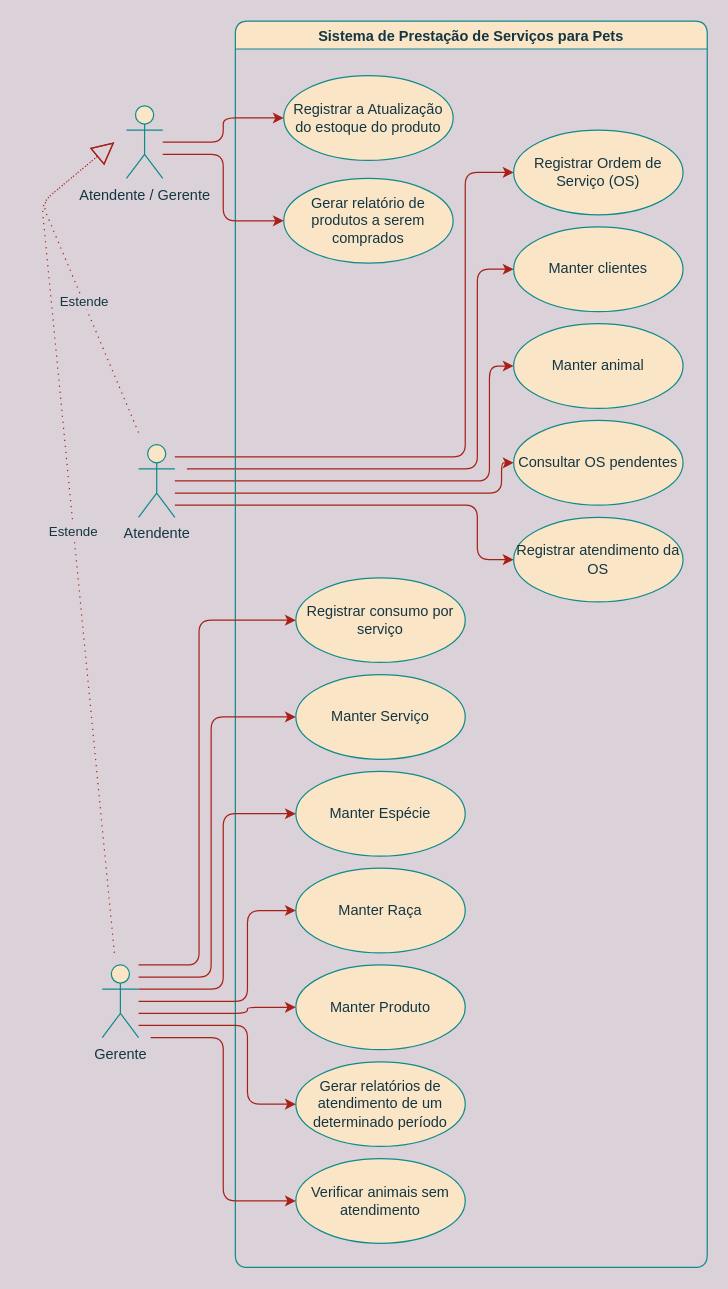
Earlier version of the draw.io diagram Diagrama sem título.drawio (henrique-souza/uml_exercises). Source tidied: cells renumbered, new cells numbered last; positions are measured from the earlier drawing's top-left corner, leaving out a move shared by most shapes. Both pictures are drawn from the tidied source at 121%, with x=0, y=0 at pixel (41, 21).
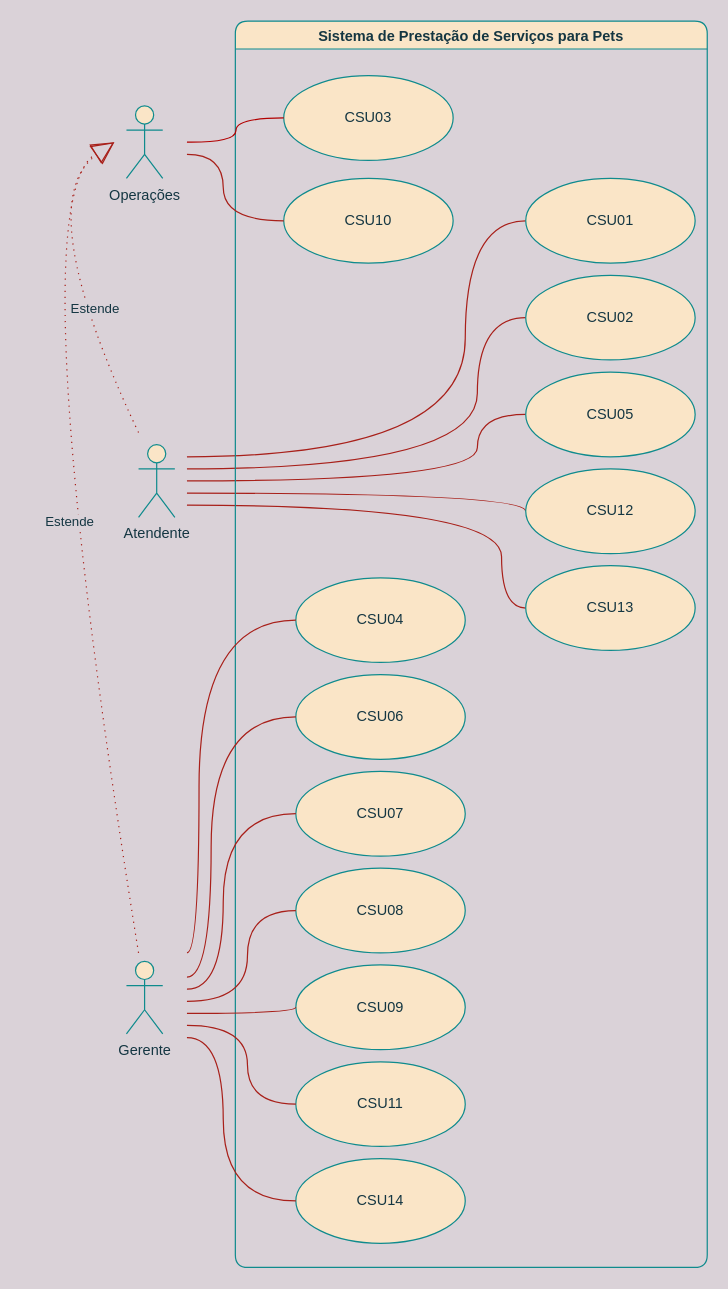
Above is the later version.

The change refers to these unchanged cells:
```xml
<mxCell id="7" value="Atendente" style="shape=umlActor;verticalLabelPosition=bottom;verticalAlign=top;html=1;outlineConnect=0;rounded=1;fillColor=#FAE5C7;strokeColor=#0F8B8D;fontColor=#143642;" parent="1" vertex="1">
  <mxGeometry x="80" y="350" width="30" height="60" as="geometry" />
</mxCell>
<mxCell id="8" value="Sistema de Prestação de Serviços para Pets" style="swimlane;rounded=1;fillColor=#FAE5C7;strokeColor=#0F8B8D;fontColor=#143642;" parent="1" vertex="1">
  <mxGeometry x="160" width="390" height="1030" as="geometry" />
</mxCell>
```

The edit, as a diff of the source:
```diff
@@
-    <mxCell id="2" style="edgeStyle=orthogonalEdgeStyle;curved=0;rounded=1;sketch=0;jettySize=auto;html=1;entryX=0;entryY=0.5;entryDx=0;entryDy=0;labelBackgroundColor=#DAD2D8;strokeColor=#A8201A;fontColor=#143642;" parent="1" edge="1" source="7" target="13">
+    <mxCell id="2" style="edgeStyle=orthogonalEdgeStyle;rounded=1;sketch=0;jettySize=auto;html=1;entryX=0;entryY=0.5;entryDx=0;entryDy=0;labelBackgroundColor=#DAD2D8;strokeColor=#A8201A;fontColor=#143642;curved=1;endArrow=none;endFill=0;" parent="1" edge="1" target="13">
       <mxGeometry relative="1" as="geometry">
+        <mxPoint x="120" y="380" as="sourcePoint" />
         <Array as="points">
-          <mxPoint x="350" y="360" />
-          <mxPoint x="350" y="125" />
+          <mxPoint x="360" y="380" />
+          <mxPoint x="360" y="325" />
         </Array>
       </mxGeometry>
     </mxCell>
-    <mxCell id="3" style="edgeStyle=orthogonalEdgeStyle;curved=0;rounded=1;sketch=0;jettySize=auto;html=1;entryX=0;entryY=0.5;entryDx=0;entryDy=0;labelBackgroundColor=#DAD2D8;strokeColor=#A8201A;fontColor=#143642;" parent="1" edge="1" target="10">
+    <mxCell id="3" style="edgeStyle=orthogonalEdgeStyle;rounded=1;sketch=0;jettySize=auto;html=1;entryX=0;entryY=0.5;entryDx=0;entryDy=0;labelBackgroundColor=#DAD2D8;strokeColor=#A8201A;fontColor=#143642;curved=1;endArrow=none;endFill=0;" parent="1" edge="1" target="10">
       <mxGeometry relative="1" as="geometry">
-        <mxPoint x="120" y="370" as="sourcePoint" />
+        <mxPoint x="120" y="360" as="sourcePoint" />
         <Array as="points">
-          <mxPoint x="360" y="370" />
-          <mxPoint x="360" y="205" />
+          <mxPoint x="350" y="360" />
+          <mxPoint x="350" y="165" />
         </Array>
       </mxGeometry>
     </mxCell>
-    <mxCell id="4" style="edgeStyle=orthogonalEdgeStyle;curved=0;rounded=1;sketch=0;jettySize=auto;html=1;entryX=0;entryY=0.5;entryDx=0;entryDy=0;labelBackgroundColor=#DAD2D8;strokeColor=#A8201A;fontColor=#143642;" parent="1" edge="1" source="7" target="11">
+    <mxCell id="4" style="edgeStyle=orthogonalEdgeStyle;rounded=1;sketch=0;jettySize=auto;html=1;entryX=0;entryY=0.5;entryDx=0;entryDy=0;labelBackgroundColor=#DAD2D8;strokeColor=#A8201A;fontColor=#143642;curved=1;endArrow=none;endFill=0;" parent="1" edge="1" target="11">
       <mxGeometry relative="1" as="geometry">
+        <mxPoint x="120" y="370" as="sourcePoint" />
         <Array as="points">
-          <mxPoint x="370" y="380" />
-          <mxPoint x="370" y="285" />
+          <mxPoint x="120" y="370" />
+          <mxPoint x="360" y="370" />
+          <mxPoint x="360" y="245" />
         </Array>
       </mxGeometry>
     </mxCell>
-    <mxCell id="5" style="edgeStyle=orthogonalEdgeStyle;rounded=1;jettySize=auto;html=1;entryX=0;entryY=0.5;entryDx=0;entryDy=0;labelBackgroundColor=#DAD2D8;strokeColor=#A8201A;fontColor=#143642;" parent="1" edge="1" source="7" target="20">
+    <mxCell id="5" style="edgeStyle=orthogonalEdgeStyle;rounded=1;jettySize=auto;html=1;entryX=0;entryY=0.5;entryDx=0;entryDy=0;labelBackgroundColor=#DAD2D8;strokeColor=#A8201A;fontColor=#143642;curved=1;endArrow=none;endFill=0;" parent="1" edge="1" target="20">
       <mxGeometry relative="1" as="geometry">
+        <mxPoint x="120" y="390" as="sourcePoint" />
         <Array as="points">
-          <mxPoint x="380" y="390" />
-          <mxPoint x="380" y="365" />
+          <mxPoint x="400" y="390" />
         </Array>
       </mxGeometry>
     </mxCell>
-    <mxCell id="6" style="edgeStyle=orthogonalEdgeStyle;rounded=1;jettySize=auto;html=1;entryX=0;entryY=0.5;entryDx=0;entryDy=0;labelBackgroundColor=#DAD2D8;strokeColor=#A8201A;fontColor=#143642;" parent="1" edge="1" source="7" target="21">
+    <mxCell id="6" style="edgeStyle=orthogonalEdgeStyle;rounded=1;jettySize=auto;html=1;entryX=0;entryY=0.5;entryDx=0;entryDy=0;labelBackgroundColor=#DAD2D8;strokeColor=#A8201A;fontColor=#143642;curved=1;endArrow=none;endFill=0;" parent="1" edge="1" target="21">
       <mxGeometry relative="1" as="geometry">
+        <mxPoint x="120" y="400" as="sourcePoint" />
         <Array as="points">
-          <mxPoint x="360" y="400" />
-          <mxPoint x="360" y="445" />
+          <mxPoint x="380" y="400" />
+          <mxPoint x="380" y="485" />
         </Array>
       </mxGeometry>
     </mxCell>
@@
-    <mxCell id="9" value="Registrar a Atualização do estoque do produto" style="ellipse;whiteSpace=wrap;html=1;rounded=1;fillColor=#FAE5C7;strokeColor=#0F8B8D;fontColor=#143642;" parent="8" vertex="1">
+    <mxCell id="9" value="CSU03" style="ellipse;whiteSpace=wrap;html=1;rounded=1;fillColor=#FAE5C7;strokeColor=#0F8B8D;fontColor=#143642;" parent="8" vertex="1">
       <mxGeometry x="40" y="45" width="140" height="70" as="geometry" />
     </mxCell>
-    <mxCell id="10" value="Manter clientes" style="ellipse;whiteSpace=wrap;html=1;rounded=1;fillColor=#FAE5C7;strokeColor=#0F8B8D;fontColor=#143642;" parent="8" vertex="1">
-      <mxGeometry x="230" y="170" width="140" height="70" as="geometry" />
+    <mxCell id="10" value="CSU01" style="ellipse;whiteSpace=wrap;html=1;rounded=1;fillColor=#FAE5C7;strokeColor=#0F8B8D;fontColor=#143642;" parent="8" vertex="1">
+      <mxGeometry x="240" y="130" width="140" height="70" as="geometry" />
     </mxCell>
-    <mxCell id="11" value="Manter animal" style="ellipse;whiteSpace=wrap;html=1;rounded=1;fillColor=#FAE5C7;strokeColor=#0F8B8D;fontColor=#143642;" parent="8" vertex="1">
-      <mxGeometry x="230" y="250" width="140" height="70" as="geometry" />
+    <mxCell id="11" value="CSU02" style="ellipse;whiteSpace=wrap;html=1;rounded=1;fillColor=#FAE5C7;strokeColor=#0F8B8D;fontColor=#143642;" parent="8" vertex="1">
+      <mxGeometry x="240" y="210" width="140" height="70" as="geometry" />
     </mxCell>
-    <mxCell id="12" value="Registrar consumo por serviço" style="ellipse;whiteSpace=wrap;html=1;rounded=1;fillColor=#FAE5C7;strokeColor=#0F8B8D;fontColor=#143642;" parent="8" vertex="1">
+    <mxCell id="12" value="CSU04" style="ellipse;whiteSpace=wrap;html=1;rounded=1;fillColor=#FAE5C7;strokeColor=#0F8B8D;fontColor=#143642;" parent="8" vertex="1">
       <mxGeometry x="50" y="460" width="140" height="70" as="geometry" />
     </mxCell>
-    <mxCell id="13" value="Registrar Ordem de Serviço (OS)" style="ellipse;whiteSpace=wrap;html=1;rounded=1;shadow=0;fillColor=#FAE5C7;strokeColor=#0F8B8D;fontColor=#143642;" parent="8" vertex="1">
-      <mxGeometry x="230" y="90" width="140" height="70" as="geometry" />
-    </mxCell>
-    <mxCell id="14" value="Gerar relatório de produtos a serem comprados" style="ellipse;whiteSpace=wrap;html=1;rounded=1;shadow=0;fillColor=#FAE5C7;strokeColor=#0F8B8D;fontColor=#143642;" parent="8" vertex="1">
+    <mxCell id="14" value="CSU10" style="ellipse;whiteSpace=wrap;html=1;rounded=1;shadow=0;fillColor=#FAE5C7;strokeColor=#0F8B8D;fontColor=#143642;" parent="8" vertex="1">
       <mxGeometry x="40" y="130" width="140" height="70" as="geometry" />
     </mxCell>
-    <mxCell id="15" value="Manter Serviço" style="ellipse;whiteSpace=wrap;html=1;rounded=1;shadow=0;fillColor=#FAE5C7;strokeColor=#0F8B8D;fontColor=#143642;" parent="8" vertex="1">
+    <mxCell id="15" value="CSU06" style="ellipse;whiteSpace=wrap;html=1;rounded=1;shadow=0;fillColor=#FAE5C7;strokeColor=#0F8B8D;fontColor=#143642;" parent="8" vertex="1">
       <mxGeometry x="50" y="540" width="140" height="70" as="geometry" />
     </mxCell>
-    <mxCell id="16" value="Manter Espécie" style="ellipse;whiteSpace=wrap;html=1;rounded=1;shadow=0;fillColor=#FAE5C7;strokeColor=#0F8B8D;fontColor=#143642;" parent="8" vertex="1">
+    <mxCell id="16" value="CSU07" style="ellipse;whiteSpace=wrap;html=1;rounded=1;shadow=0;fillColor=#FAE5C7;strokeColor=#0F8B8D;fontColor=#143642;" parent="8" vertex="1">
       <mxGeometry x="50" y="620" width="140" height="70" as="geometry" />
     </mxCell>
-    <mxCell id="17" value="Manter Raça" style="ellipse;whiteSpace=wrap;html=1;rounded=0;sketch=0;fillColor=#FAE5C7;strokeColor=#0F8B8D;fontColor=#143642;" parent="8" vertex="1">
+    <mxCell id="17" value="CSU08" style="ellipse;whiteSpace=wrap;html=1;rounded=1;sketch=0;fillColor=#FAE5C7;strokeColor=#0F8B8D;fontColor=#143642;" parent="8" vertex="1">
       <mxGeometry x="50" y="700" width="140" height="70" as="geometry" />
     </mxCell>
-    <mxCell id="18" value="Manter Produto" style="ellipse;whiteSpace=wrap;html=1;rounded=0;sketch=0;fillColor=#FAE5C7;strokeColor=#0F8B8D;fontColor=#143642;" parent="8" vertex="1">
+    <mxCell id="18" value="CSU09" style="ellipse;whiteSpace=wrap;html=1;rounded=1;sketch=0;fillColor=#FAE5C7;strokeColor=#0F8B8D;fontColor=#143642;" parent="8" vertex="1">
       <mxGeometry x="50" y="780" width="140" height="70" as="geometry" />
     </mxCell>
-    <mxCell id="19" value="Gerar relatórios de atendimento de um determinado período" style="ellipse;whiteSpace=wrap;html=1;fillColor=#FAE5C7;strokeColor=#0F8B8D;fontColor=#143642;" parent="8" vertex="1">
+    <mxCell id="19" value="CSU11" style="ellipse;whiteSpace=wrap;html=1;fillColor=#FAE5C7;strokeColor=#0F8B8D;fontColor=#143642;rounded=1;" parent="8" vertex="1">
       <mxGeometry x="50" y="860" width="140" height="70" as="geometry" />
     </mxCell>
-    <mxCell id="20" value="Consultar OS pendentes" style="ellipse;whiteSpace=wrap;html=1;fillColor=#FAE5C7;strokeColor=#0F8B8D;fontColor=#143642;" parent="8" vertex="1">
-      <mxGeometry x="230" y="330" width="140" height="70" as="geometry" />
+    <mxCell id="20" value="CSU12" style="ellipse;whiteSpace=wrap;html=1;fillColor=#FAE5C7;strokeColor=#0F8B8D;fontColor=#143642;rounded=1;" parent="8" vertex="1">
+      <mxGeometry x="240" y="370" width="140" height="70" as="geometry" />
     </mxCell>
-    <mxCell id="21" value="&lt;div style=&quot;&quot;&gt;&lt;span style=&quot;background-color: initial;&quot;&gt;&lt;font style=&quot;font-size: 12px;&quot;&gt;Registrar atendimento da OS&lt;/font&gt;&lt;/span&gt;&lt;/div&gt;" style="ellipse;whiteSpace=wrap;html=1;align=center;fillColor=#FAE5C7;strokeColor=#0F8B8D;fontColor=#143642;" parent="8" vertex="1">
-      <mxGeometry x="230" y="410" width="140" height="70" as="geometry" />
+    <mxCell id="21" value="&lt;div style=&quot;&quot;&gt;CSU13&lt;br&gt;&lt;/div&gt;" style="ellipse;whiteSpace=wrap;html=1;align=center;fillColor=#FAE5C7;strokeColor=#0F8B8D;fontColor=#143642;rounded=1;" parent="8" vertex="1">
+      <mxGeometry x="240" y="450" width="140" height="70" as="geometry" />
     </mxCell>
-    <mxCell id="22" value="Verificar animais sem atendimento" style="ellipse;whiteSpace=wrap;html=1;fontSize=12;fillColor=#FAE5C7;strokeColor=#0F8B8D;fontColor=#143642;" parent="8" vertex="1">
+    <mxCell id="22" value="CSU14" style="ellipse;whiteSpace=wrap;html=1;fontSize=12;fillColor=#FAE5C7;strokeColor=#0F8B8D;fontColor=#143642;rounded=1;" parent="8" vertex="1">
       <mxGeometry x="50" y="940" width="140" height="70" as="geometry" />
     </mxCell>
+    <mxCell id="13" value="CSU05" style="ellipse;whiteSpace=wrap;html=1;rounded=1;shadow=0;fillColor=#FAE5C7;strokeColor=#0F8B8D;fontColor=#143642;" parent="8" vertex="1">
+      <mxGeometry x="240" y="290" width="140" height="70" as="geometry" />
+    </mxCell>
-    <mxCell id="23" style="edgeStyle=orthogonalEdgeStyle;curved=0;rounded=1;sketch=0;jettySize=auto;html=1;entryX=0;entryY=0.5;entryDx=0;entryDy=0;labelBackgroundColor=#DAD2D8;strokeColor=#A8201A;fontColor=#143642;" parent="1" edge="1" source="25" target="9">
-      <mxGeometry relative="1" as="geometry" />
+    <mxCell id="23" style="edgeStyle=orthogonalEdgeStyle;rounded=1;sketch=0;jettySize=auto;html=1;entryX=0;entryY=0.5;entryDx=0;entryDy=0;labelBackgroundColor=#DAD2D8;strokeColor=#B20000;fontColor=#143642;curved=1;endArrow=none;endFill=0;fillColor=#e51400;" parent="1" edge="1" target="9">
+      <mxGeometry relative="1" as="geometry">
+        <mxPoint x="120" y="100" as="sourcePoint" />
+      </mxGeometry>
     </mxCell>
-    <mxCell id="24" style="edgeStyle=orthogonalEdgeStyle;curved=0;rounded=1;sketch=0;jettySize=auto;html=1;entryX=0;entryY=0.5;entryDx=0;entryDy=0;labelBackgroundColor=#DAD2D8;strokeColor=#A8201A;fontColor=#143642;" parent="1" edge="1" target="14">
+    <mxCell id="24" style="edgeStyle=orthogonalEdgeStyle;rounded=1;sketch=0;jettySize=auto;html=1;entryX=0;entryY=0.5;entryDx=0;entryDy=0;labelBackgroundColor=#DAD2D8;strokeColor=#A8201A;fontColor=#143642;curved=1;endArrow=none;endFill=0;" parent="1" edge="1" target="14">
       <mxGeometry relative="1" as="geometry">
-        <mxPoint x="100" y="110" as="sourcePoint" />
+        <mxPoint x="120" y="110" as="sourcePoint" />
         <Array as="points">
-          <mxPoint x="100" y="110" />
           <mxPoint x="150" y="110" />
           <mxPoint x="150" y="165" />
         </Array>
       </mxGeometry>
     </mxCell>
-    <mxCell id="25" value="Atendente / Gerente" style="shape=umlActor;verticalLabelPosition=bottom;verticalAlign=top;html=1;outlineConnect=0;rounded=1;fillColor=#FAE5C7;strokeColor=#0F8B8D;fontColor=#143642;" parent="1" vertex="1">
+    <mxCell id="25" value="Operações" style="shape=umlActor;verticalLabelPosition=bottom;verticalAlign=top;html=1;outlineConnect=0;rounded=1;fillColor=#FAE5C7;strokeColor=#0F8B8D;fontColor=#143642;" parent="1" vertex="1">
       <mxGeometry x="70" y="70" width="30" height="60" as="geometry" />
     </mxCell>
-    <mxCell id="26" value="Estende" style="endArrow=block;endSize=16;endFill=0;html=1;rounded=1;dashed=1;dashPattern=1 4;labelBackgroundColor=#DAD2D8;strokeColor=#A8201A;fontColor=#143642;" parent="1" edge="1">
-      <mxGeometry x="-0.18" relative="1" as="geometry">
+    <mxCell id="26" value="Estende" style="endArrow=block;endSize=16;endFill=0;html=1;rounded=1;dashed=1;dashPattern=1 4;labelBackgroundColor=#DAD2D8;strokeColor=#A8201A;fontColor=#143642;curved=1;" parent="1" edge="1">
+      <mxGeometry x="-0.27" y="-11" relative="1" as="geometry">
         <mxPoint x="80" y="340" as="sourcePoint" />
         <mxPoint x="60" y="100" as="targetPoint" />
         <Array as="points">
-          <mxPoint y="150" />
+          <mxPoint x="-10" y="150" />
         </Array>
       </mxGeometry>
     </mxCell>
-    <mxCell id="27" style="edgeStyle=orthogonalEdgeStyle;rounded=1;jettySize=auto;html=1;entryX=0;entryY=0.5;entryDx=0;entryDy=0;labelBackgroundColor=#DAD2D8;strokeColor=#A8201A;fontColor=#143642;" parent="1" edge="1" target="12">
+    <mxCell id="27" style="edgeStyle=orthogonalEdgeStyle;rounded=1;jettySize=auto;html=1;entryX=0;entryY=0.5;entryDx=0;entryDy=0;labelBackgroundColor=#DAD2D8;strokeColor=#A8201A;fontColor=#143642;curved=1;endArrow=none;endFill=0;" parent="1" edge="1" target="12">
       <mxGeometry relative="1" as="geometry">
-        <mxPoint x="80" y="780" as="sourcePoint" />
+        <mxPoint x="120" y="770" as="sourcePoint" />
         <Array as="points">
-          <mxPoint x="80" y="780" />
-          <mxPoint x="130" y="780" />
+          <mxPoint x="130" y="770" />
           <mxPoint x="130" y="495" />
         </Array>
       </mxGeometry>
     </mxCell>
-    <mxCell id="28" style="edgeStyle=orthogonalEdgeStyle;rounded=1;jettySize=auto;html=1;entryX=0;entryY=0.5;entryDx=0;entryDy=0;labelBackgroundColor=#DAD2D8;strokeColor=#A8201A;fontColor=#143642;" parent="1" edge="1" source="34" target="15">
+    <mxCell id="28" style="edgeStyle=orthogonalEdgeStyle;rounded=1;jettySize=auto;html=1;entryX=0;entryY=0.5;entryDx=0;entryDy=0;labelBackgroundColor=#DAD2D8;strokeColor=#A8201A;fontColor=#143642;curved=1;endArrow=none;endFill=0;" parent="1" edge="1" target="15">
       <mxGeometry relative="1" as="geometry">
+        <mxPoint x="120" y="790" as="sourcePoint" />
         <Array as="points">
           <mxPoint x="140" y="790" />
           <mxPoint x="140" y="575" />
         </Array>
       </mxGeometry>
     </mxCell>
-    <mxCell id="29" style="edgeStyle=orthogonalEdgeStyle;rounded=1;jettySize=auto;html=1;entryX=0;entryY=0.5;entryDx=0;entryDy=0;labelBackgroundColor=#DAD2D8;strokeColor=#A8201A;fontColor=#143642;" parent="1" edge="1" source="34" target="16">
+    <mxCell id="29" style="edgeStyle=orthogonalEdgeStyle;rounded=1;jettySize=auto;html=1;entryX=0;entryY=0.5;entryDx=0;entryDy=0;labelBackgroundColor=#DAD2D8;strokeColor=#A8201A;fontColor=#143642;curved=1;endArrow=none;endFill=0;" parent="1" edge="1" target="16">
       <mxGeometry relative="1" as="geometry">
+        <mxPoint x="120" y="800" as="sourcePoint" />
         <Array as="points">
           <mxPoint x="150" y="800" />
           <mxPoint x="150" y="655" />
         </Array>
       </mxGeometry>
     </mxCell>
-    <mxCell id="30" style="edgeStyle=orthogonalEdgeStyle;curved=0;rounded=1;sketch=0;jettySize=auto;html=1;entryX=0;entryY=0.5;entryDx=0;entryDy=0;labelBackgroundColor=#DAD2D8;strokeColor=#A8201A;fontColor=#143642;" parent="1" edge="1" source="34" target="17">
+    <mxCell id="30" style="edgeStyle=orthogonalEdgeStyle;rounded=1;sketch=0;jettySize=auto;html=1;entryX=0;entryY=0.5;entryDx=0;entryDy=0;labelBackgroundColor=#DAD2D8;strokeColor=#A8201A;fontColor=#143642;curved=1;endArrow=none;endFill=0;" parent="1" edge="1" target="17">
       <mxGeometry relative="1" as="geometry">
+        <mxPoint x="120" y="810" as="sourcePoint" />
         <Array as="points">
           <mxPoint x="170" y="810" />
           <mxPoint x="170" y="735" />
         </Array>
       </mxGeometry>
     </mxCell>
-    <mxCell id="31" style="edgeStyle=orthogonalEdgeStyle;curved=0;rounded=1;sketch=0;jettySize=auto;html=1;entryX=0;entryY=0.5;entryDx=0;entryDy=0;labelBackgroundColor=#DAD2D8;strokeColor=#A8201A;fontColor=#143642;" parent="1" edge="1" source="34" target="18">
+    <mxCell id="31" style="edgeStyle=orthogonalEdgeStyle;rounded=1;sketch=0;jettySize=auto;html=1;entryX=0;entryY=0.5;entryDx=0;entryDy=0;labelBackgroundColor=#DAD2D8;strokeColor=#A8201A;fontColor=#143642;curved=1;endArrow=none;endFill=0;" parent="1" edge="1" target="18">
       <mxGeometry relative="1" as="geometry">
+        <mxPoint x="120" y="820" as="sourcePoint" />
         <Array as="points">
-          <mxPoint x="170" y="820" />
-          <mxPoint x="170" y="815" />
+          <mxPoint x="210" y="820" />
         </Array>
       </mxGeometry>
     </mxCell>
-    <mxCell id="32" style="edgeStyle=orthogonalEdgeStyle;rounded=1;jettySize=auto;html=1;entryX=0;entryY=0.5;entryDx=0;entryDy=0;labelBackgroundColor=#DAD2D8;strokeColor=#A8201A;fontColor=#143642;" parent="1" edge="1" source="34" target="19">
+    <mxCell id="32" style="edgeStyle=orthogonalEdgeStyle;rounded=1;jettySize=auto;html=1;entryX=0;entryY=0.5;entryDx=0;entryDy=0;labelBackgroundColor=#DAD2D8;strokeColor=#A8201A;fontColor=#143642;curved=1;endArrow=none;endFill=0;" parent="1" edge="1" target="19">
       <mxGeometry relative="1" as="geometry">
+        <mxPoint x="120" y="830" as="sourcePoint" />
         <Array as="points">
           <mxPoint x="170" y="830" />
           <mxPoint x="170" y="895" />
         </Array>
       </mxGeometry>
     </mxCell>
-    <mxCell id="33" style="edgeStyle=orthogonalEdgeStyle;rounded=1;jettySize=auto;html=1;entryX=0;entryY=0.5;entryDx=0;entryDy=0;fontSize=12;labelBackgroundColor=#DAD2D8;strokeColor=#A8201A;fontColor=#143642;" parent="1" edge="1" target="22">
+    <mxCell id="33" style="edgeStyle=orthogonalEdgeStyle;rounded=1;jettySize=auto;html=1;entryX=0;entryY=0.5;entryDx=0;entryDy=0;fontSize=12;labelBackgroundColor=#DAD2D8;strokeColor=#A8201A;fontColor=#143642;curved=1;endArrow=none;endFill=0;" parent="1" edge="1" target="22">
       <mxGeometry relative="1" as="geometry">
-        <mxPoint x="90" y="840" as="sourcePoint" />
+        <mxPoint x="120" y="840" as="sourcePoint" />
         <Array as="points">
           <mxPoint x="150" y="840" />
           <mxPoint x="150" y="975" />
         </Array>
       </mxGeometry>
     </mxCell>
     <mxCell id="34" value="Gerente" style="shape=umlActor;verticalLabelPosition=bottom;verticalAlign=top;html=1;rounded=1;shadow=0;fillColor=#FAE5C7;strokeColor=#0F8B8D;fontColor=#143642;" parent="1" vertex="1">
-      <mxGeometry x="50" y="780" width="30" height="60" as="geometry" />
+      <mxGeometry x="70" y="777" width="30" height="60" as="geometry" />
     </mxCell>
-    <mxCell id="35" value="Estende" style="endArrow=block;endSize=16;endFill=0;html=1;rounded=1;sketch=0;curved=0;dashed=1;dashPattern=1 4;labelBackgroundColor=#DAD2D8;strokeColor=#A8201A;fontColor=#143642;" parent="1" edge="1">
+    <mxCell id="35" value="Estende" style="endArrow=block;endSize=16;endFill=0;html=1;rounded=1;sketch=0;dashed=1;dashPattern=1 4;labelBackgroundColor=#DAD2D8;strokeColor=#A8201A;fontColor=#143642;curved=1;" parent="1" edge="1">
       <mxGeometry relative="1" as="geometry">
-        <mxPoint x="60" y="770" as="sourcePoint" />
+        <mxPoint x="80" y="770" as="sourcePoint" />
         <mxPoint x="60" y="100" as="targetPoint" />
         <Array as="points">
-          <mxPoint y="150" />
+          <mxPoint x="-20" y="150" />
         </Array>
       </mxGeometry>
     </mxCell>
```
